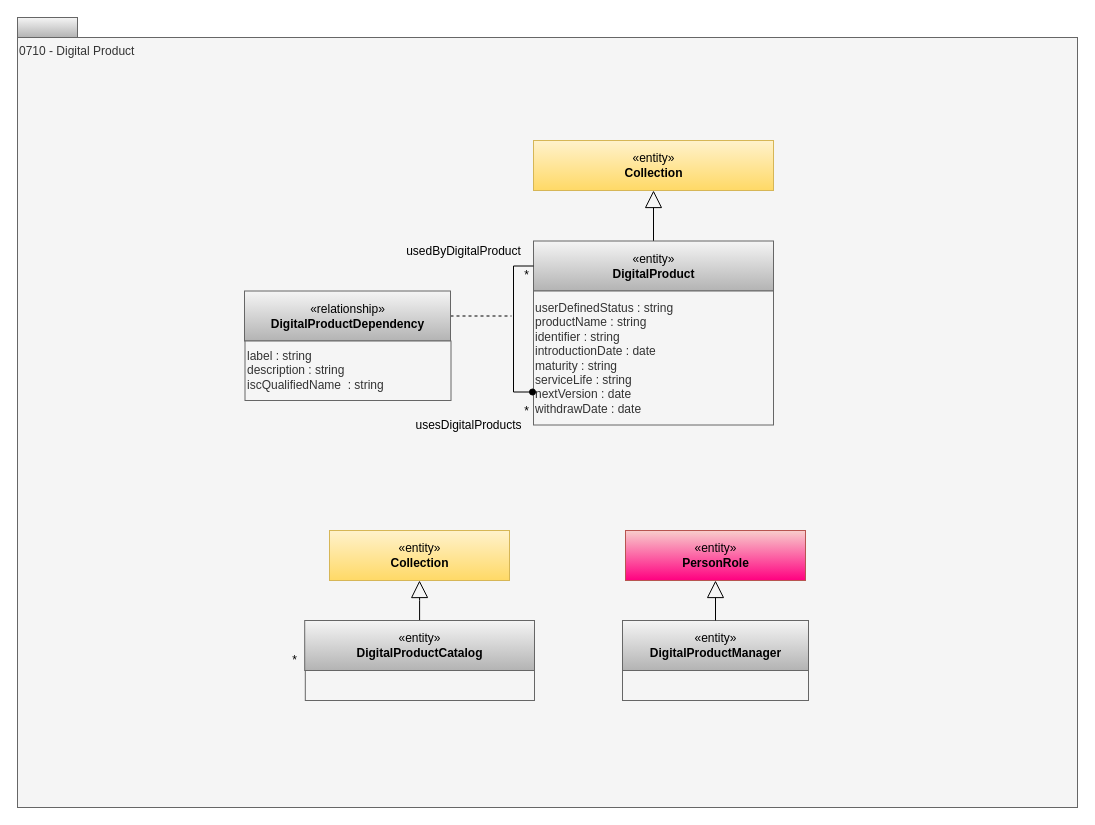
Above: page "0710-Digital-Products" (2 of 18) of site/docs/types/7/area-7-lineage.drawio in odpi/egeria-docs (draw.io), before the change. Source tidied: cells renumbered, new cells numbered last; positions are measured from the earlier drawing's top-left corner, leaving out a move shared by most shapes. Both pictures are drawn from the tidied source at 100%, with x=0, y=0 at pixel (17, 17).
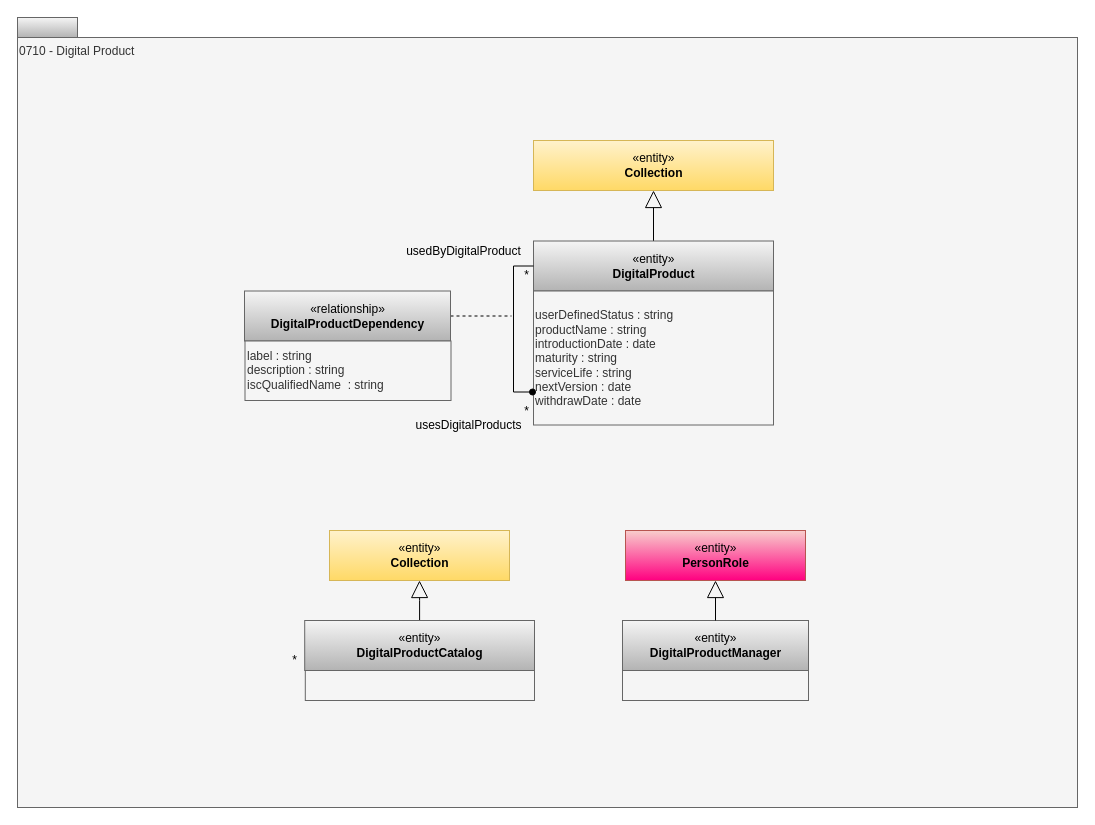
The same page after the edit.

What changed in the source:
```diff
@@
-    <mxCell id="6" value="userDefinedStatus : string&lt;div&gt;productName : string&lt;/div&gt;&lt;div&gt;identifier : string&lt;br&gt;introductionDate : date&lt;br&gt;maturity : string&lt;br&gt;serviceLife : string&lt;br&gt;nextVersion : date&lt;br&gt;withdrawDate : date&lt;br&gt;&lt;/div&gt;&lt;div style=&quot;text-align: left&quot;&gt;&lt;/div&gt;" style="rounded=0;whiteSpace=wrap;html=1;strokeColor=#666666;align=left;perimeterSpacing=1;fillColor=#f5f5f5;fontColor=#333333;" parent="1" vertex="1">
+    <mxCell id="6" value="userDefinedStatus : string&lt;div&gt;productName : string&lt;/div&gt;&lt;div&gt;introductionDate : date&lt;br&gt;maturity : string&lt;br&gt;serviceLife : string&lt;br&gt;nextVersion : date&lt;br&gt;withdrawDate : date&lt;br&gt;&lt;/div&gt;&lt;div style=&quot;text-align: left&quot;&gt;&lt;/div&gt;" style="rounded=0;whiteSpace=wrap;html=1;strokeColor=#666666;align=left;perimeterSpacing=1;fillColor=#f5f5f5;fontColor=#333333;" parent="1" vertex="1">
       <mxGeometry x="516" y="273.5" width="240" height="134" as="geometry" />
     </mxCell>
```
